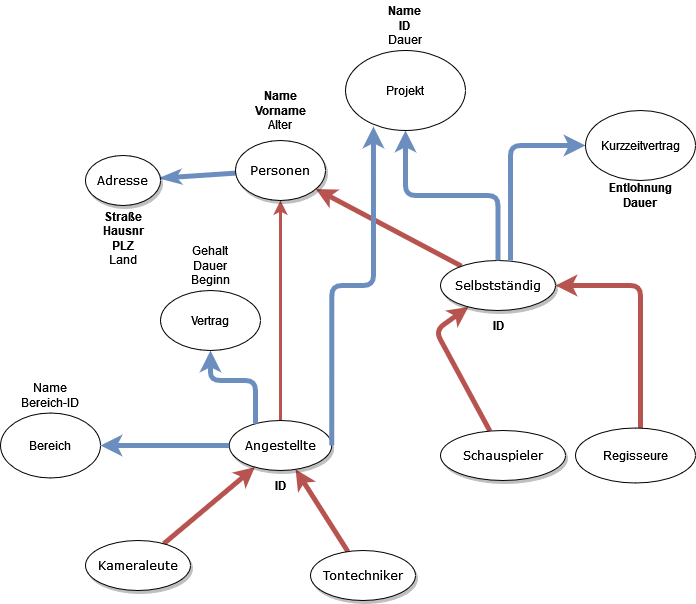
Earlier version of the draw.io export Personenverwaltung.drawio.png (Masternuss/Datenbanken2022). Source tidied: cells renumbered, new cells last; positions are measured from the earlier drawing's top-left corner, leaving out a move shared by most shapes.
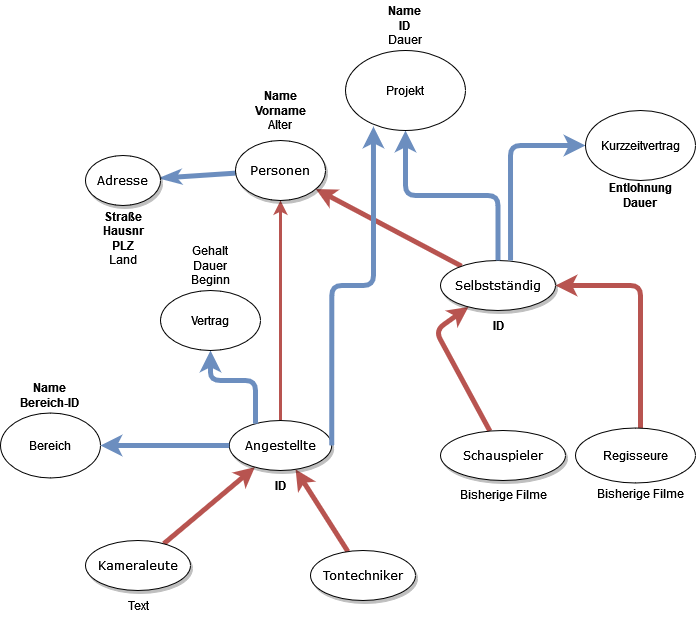
After the commit.

The edit, as a diff of the source:
```diff
@@ -89,7 +89,7 @@
     <mxCell id="26" value="Bereich" style="ellipse;whiteSpace=wrap;html=1;" parent="1" vertex="1">
       <mxGeometry y="412.5" width="100" height="65" as="geometry" />
     </mxCell>
-    <mxCell id="27" value="&lt;div&gt;Name&lt;/div&gt;&lt;div&gt;Bereich-ID&lt;br&gt;&lt;/div&gt;" style="text;html=1;strokeColor=none;fillColor=none;align=center;verticalAlign=middle;whiteSpace=wrap;rounded=0;" parent="1" vertex="1">
+    <mxCell id="27" value="&lt;div&gt;&lt;b&gt;Name&lt;/b&gt;&lt;/div&gt;&lt;div&gt;&lt;b&gt;Bereich-ID&lt;/b&gt;&lt;br&gt;&lt;/div&gt;" style="text;html=1;strokeColor=none;fillColor=none;align=center;verticalAlign=middle;whiteSpace=wrap;rounded=0;" parent="1" vertex="1">
       <mxGeometry x="15" y="377.5" width="70" height="35" as="geometry" />
     </mxCell>
     <mxCell id="28" value="&lt;div&gt;&lt;b&gt;Name&lt;/b&gt;&lt;/div&gt;&lt;div&gt;&lt;b&gt;ID&lt;br&gt;&lt;/b&gt;&lt;/div&gt;&lt;div&gt;Dauer&lt;br&gt;&lt;b&gt;&lt;/b&gt;&lt;/div&gt;" style="text;html=1;strokeColor=none;fillColor=none;align=center;verticalAlign=middle;whiteSpace=wrap;rounded=0;" parent="1" vertex="1">
@@ -115,5 +115,14 @@
     <mxCell id="33" value="&lt;b&gt;ID&lt;/b&gt;" style="text;html=1;strokeColor=none;fillColor=none;align=center;verticalAlign=middle;whiteSpace=wrap;rounded=0;" parent="1" vertex="1">
       <mxGeometry x="467.5" y="310" width="60" height="30" as="geometry" />
     </mxCell>
+    <mxCell id="34" value="Bisherige Filme" style="text;html=1;strokeColor=none;fillColor=none;align=center;verticalAlign=middle;whiteSpace=wrap;rounded=0;" parent="1" vertex="1">
+      <mxGeometry x="452.5" y="477.5" width="100" height="32.5" as="geometry" />
+    </mxCell>
+    <mxCell id="35" value="Bisherige Filme" style="text;html=1;strokeColor=none;fillColor=none;align=center;verticalAlign=middle;whiteSpace=wrap;rounded=0;" parent="1" vertex="1">
+      <mxGeometry x="590" y="482.5" width="100" height="20" as="geometry" />
+    </mxCell>
+    <mxCell id="36" value="Text" style="text;html=1;strokeColor=none;fillColor=none;align=center;verticalAlign=middle;whiteSpace=wrap;rounded=0;" parent="1" vertex="1">
+      <mxGeometry x="73.8" y="590" width="127.5" height="30" as="geometry" />
+    </mxCell>
   </root>
 </mxGraphModel>
```
